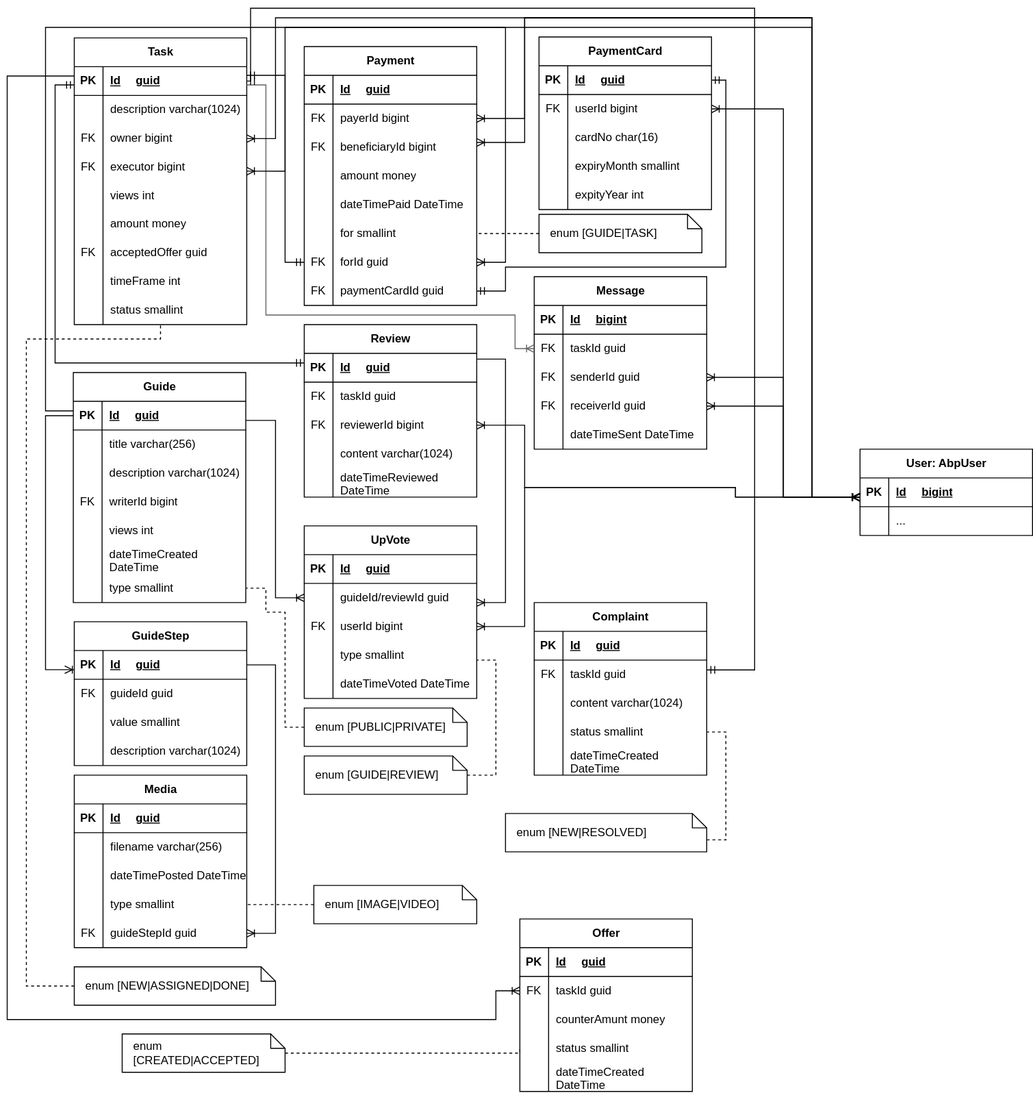
Earlier version of the draw.io export docs/assets/howto-domain.svg (teboho/how-to). Source tidied: cells renumbered, new cells last; positions are measured from the earlier drawing's top-left corner, leaving out a move shared by most shapes.
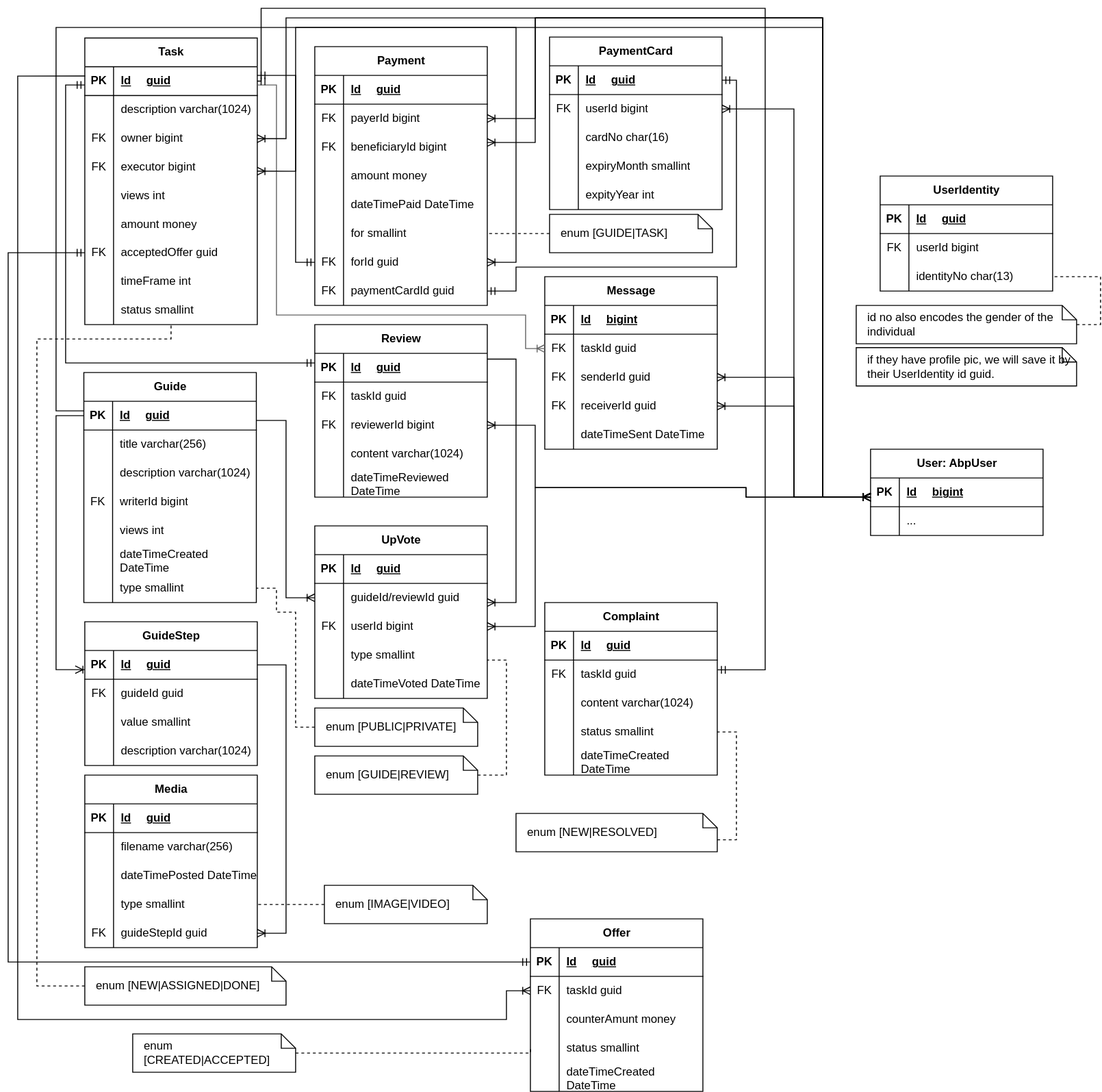
Later version of the same file.

Change to the diagram source:
```diff
@@ -890,5 +890,57 @@
         </Array>
       </mxGeometry>
     </mxCell>
+    <mxCell id="243" style="edgeStyle=orthogonalEdgeStyle;fontSize=12;html=1;endArrow=ERmandOne;startArrow=ERmandOne;rounded=0;exitX=0;exitY=0.5;exitDx=0;exitDy=0;entryX=0;entryY=0.5;entryDx=0;entryDy=0;" parent="1" edge="1" source="21" target="193">
+      <mxGeometry relative="1" as="geometry">
+        <Array as="points">
+          <mxPoint x="-10" y="255" />
+          <mxPoint x="-10" y="995" />
+        </Array>
+      </mxGeometry>
+    </mxCell>
+    <mxCell id="244" value="UserIdentity" style="shape=table;startSize=30;rowLines=0;fontStyle=1;align=center;html=1;" parent="1" vertex="1">
+      <mxGeometry x="900" y="175" width="180" height="120" as="geometry" />
+    </mxCell>
+    <mxCell id="245" style="shape=tableRow;horizontal=0;startSize=0;swimlaneHead=0;swimlaneBody=0;fillColor=none;top=0;left=0;right=0;bottom=1;" parent="244" vertex="1">
+      <mxGeometry y="30" width="180" height="30" as="geometry" />
+    </mxCell>
+    <mxCell id="246" value="PK" style="shape=partialRectangle;fillColor=none;top=0;left=0;bottom=0;right=0;fontStyle=1;overflow=hidden;whiteSpace=wrap;html=1;" parent="245" vertex="1">
+      <mxGeometry width="30" height="30" as="geometry" />
+    </mxCell>
+    <mxCell id="247" value="Id&lt;span style=&quot;white-space: pre;&quot;&gt;&#9;&lt;/span&gt;guid" style="shape=partialRectangle;fillColor=none;top=0;left=0;bottom=0;right=0;align=left;spacingLeft=6;fontStyle=5;overflow=hidden;whiteSpace=wrap;html=1;" parent="245" vertex="1">
+      <mxGeometry x="30" width="150" height="30" as="geometry" />
+    </mxCell>
+    <mxCell id="248" style="shape=tableRow;horizontal=0;startSize=0;swimlaneHead=0;swimlaneBody=0;fillColor=none;top=0;left=0;right=0;bottom=0;" parent="244" vertex="1">
+      <mxGeometry y="60" width="180" height="30" as="geometry" />
+    </mxCell>
+    <mxCell id="249" value="FK" style="shape=partialRectangle;fillColor=none;top=0;left=0;bottom=0;right=0;overflow=hidden;whiteSpace=wrap;html=1;" parent="248" vertex="1">
+      <mxGeometry width="30" height="30" as="geometry" />
+    </mxCell>
+    <mxCell id="250" value="userId bigint" style="shape=partialRectangle;fillColor=none;top=0;left=0;bottom=0;right=0;align=left;spacingLeft=6;overflow=hidden;whiteSpace=wrap;html=1;" parent="248" vertex="1">
+      <mxGeometry x="30" width="150" height="30" as="geometry" />
+    </mxCell>
+    <mxCell id="251" style="shape=tableRow;horizontal=0;startSize=0;swimlaneHead=0;swimlaneBody=0;fillColor=none;points=[[0,0.5],[1,0.5]];portConstraint=eastwest;top=0;left=0;right=0;bottom=0;" parent="244" vertex="1">
+      <mxGeometry y="90" width="180" height="30" as="geometry" />
+    </mxCell>
+    <mxCell id="252" style="shape=partialRectangle;fillColor=none;top=0;left=0;bottom=0;right=0;overflow=hidden;whiteSpace=wrap;html=1;" parent="251" vertex="1">
+      <mxGeometry width="30" height="30" as="geometry" />
+    </mxCell>
+    <mxCell id="253" value="identityNo char(13)" style="shape=partialRectangle;fillColor=none;top=0;left=0;bottom=0;right=0;align=left;spacingLeft=6;overflow=hidden;whiteSpace=wrap;html=1;" parent="251" vertex="1">
+      <mxGeometry x="30" width="150" height="30" as="geometry" />
+    </mxCell>
+    <mxCell id="254" style="edgeStyle=orthogonalEdgeStyle;rounded=0;jettySize=auto;html=1;entryX=1;entryY=0.5;entryDx=0;entryDy=0;endArrow=none;endFill=0;dashed=1;" parent="1" edge="1" source="255" target="251">
+      <mxGeometry relative="1" as="geometry">
+        <Array as="points">
+          <mxPoint x="1130" y="330" />
+          <mxPoint x="1130" y="280" />
+        </Array>
+      </mxGeometry>
+    </mxCell>
+    <mxCell id="255" value="id no also encodes the gender of the individual" style="shape=note;size=15;align=left;spacingLeft=10;html=1;whiteSpace=wrap;" parent="1" vertex="1">
+      <mxGeometry x="875" y="310" width="230" height="40" as="geometry" />
+    </mxCell>
+    <mxCell id="256" value="if they have profile pic, we will save it by their UserIdentity id guid." style="shape=note;size=15;align=left;spacingLeft=10;html=1;whiteSpace=wrap;" parent="1" vertex="1">
+      <mxGeometry x="875" y="354" width="230" height="40" as="geometry" />
+    </mxCell>
   </root>
 </mxGraphModel>
```
